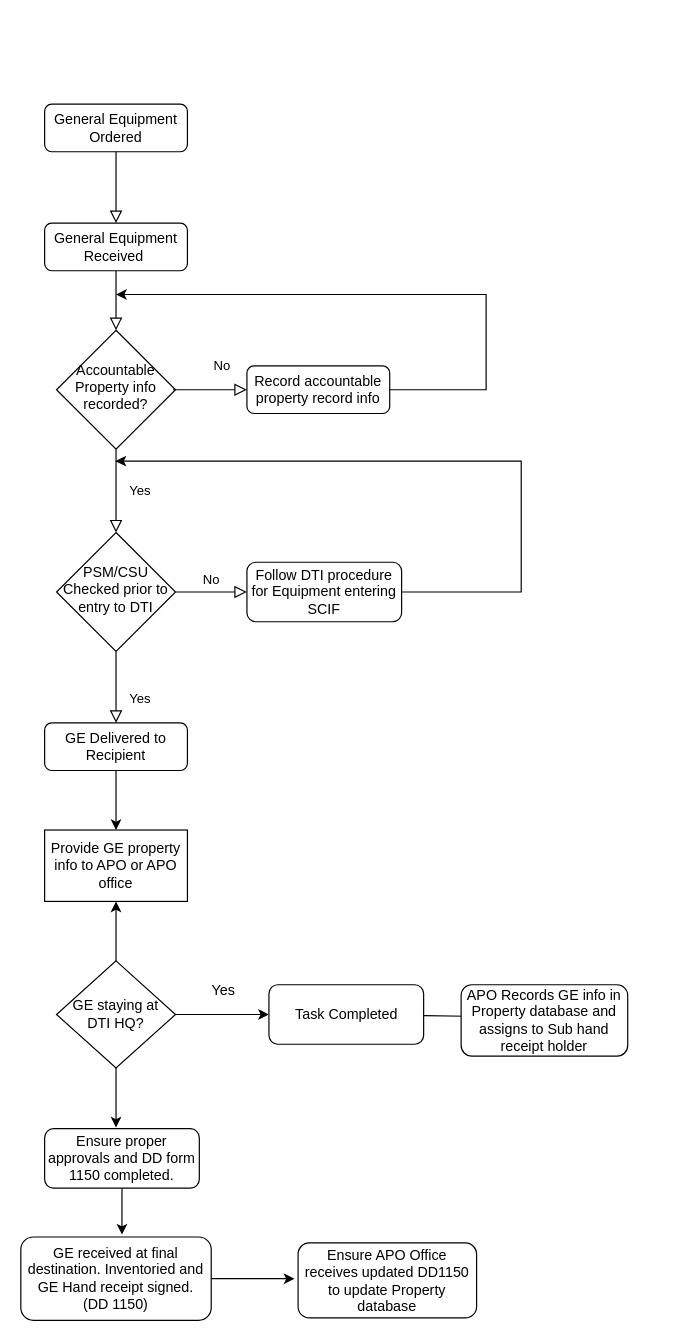
moondog69/drawings keeps this draw.io diagram as Property Flow.drawio. Above is the earlier version. Source tidied: cells renumbered, new cells numbered last; positions are measured from the earlier drawing's top-left corner, leaving out a move shared by most shapes. Both pictures are drawn from the tidied source at 119%, with x=0, y=0 at pixel (20, 104).
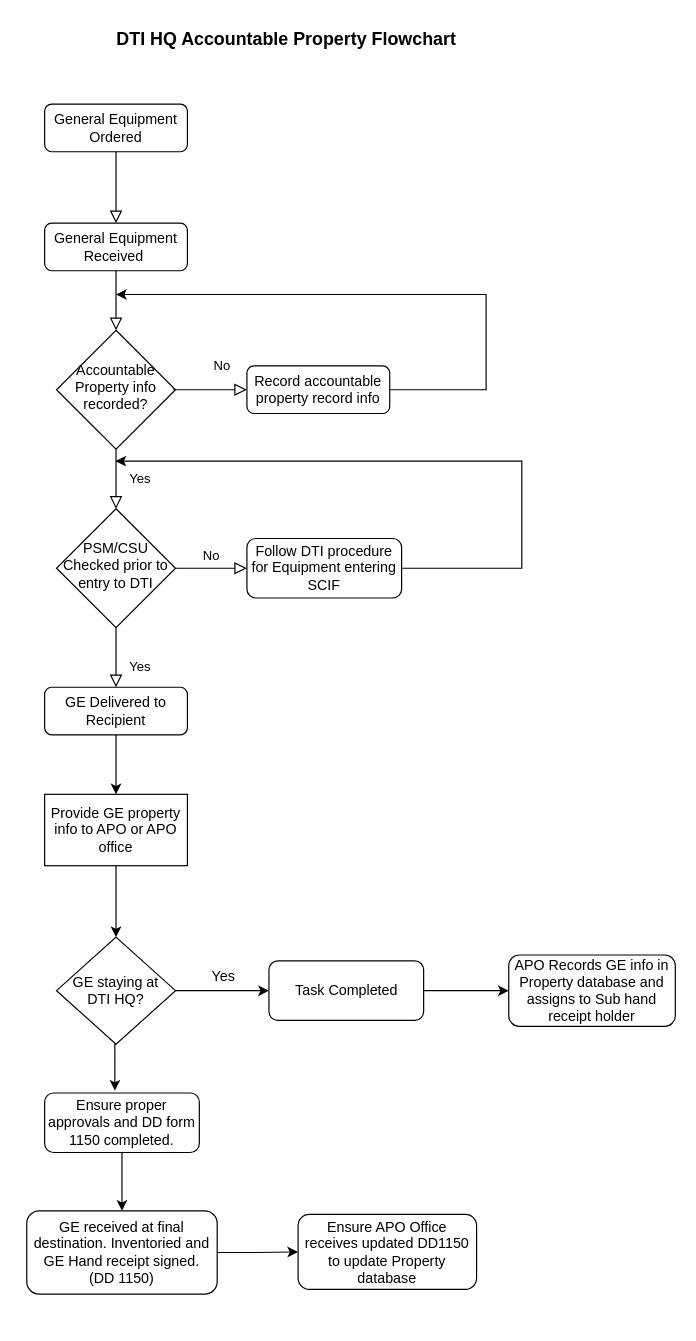
The same page after the edit.

Diff of the diagram source:
```diff
@@
     <mxCell id="10" value="PSM/CSU Checked prior to entry to DTI" style="rhombus;whiteSpace=wrap;html=1;shadow=0;fontFamily=Helvetica;fontSize=12;align=center;strokeWidth=1;spacing=6;spacingTop=-4;" parent="1" vertex="1">
-      <mxGeometry x="30" y="360" width="100" height="100" as="geometry" />
+      <mxGeometry x="30" y="340" width="100" height="100" as="geometry" />
     </mxCell>
-    <mxCell id="11" style="edgeStyle=orthogonalEdgeStyle;rounded=0;jettySize=auto;html=1;" parent="1" edge="1" source="12">
-      <mxGeometry relative="1" as="geometry">
-        <mxPoint x="80" y="610" as="targetPoint" />
-      </mxGeometry>
-    </mxCell>
     <mxCell id="12" value="GE Delivered to Recipient" style="rounded=1;whiteSpace=wrap;html=1;fontSize=12;glass=0;strokeWidth=1;shadow=0;" parent="1" vertex="1">
-      <mxGeometry x="20" y="520" width="120" height="40" as="geometry" />
+      <mxGeometry x="20" y="490" width="120" height="40" as="geometry" />
     </mxCell>
-    <mxCell id="13" style="edgeStyle=orthogonalEdgeStyle;rounded=0;orthogonalLoop=1;jettySize=auto;html=1;" parent="1" edge="1">
+    <mxCell id="13" style="edgeStyle=orthogonalEdgeStyle;rounded=0;jettySize=auto;html=1;exitX=1;exitY=0.5;exitDx=0;exitDy=0;" parent="1" edge="1" source="14">
       <mxGeometry relative="1" as="geometry">
-        <mxPoint x="309.5" y="410" as="sourcePoint" />
         <mxPoint x="79.5" y="300" as="targetPoint" />
         <Array as="points">
-          <mxPoint x="420.5" y="410" />
-          <mxPoint x="420.5" y="300" />
+          <mxPoint x="421" y="390" />
+          <mxPoint x="421" y="300" />
         </Array>
       </mxGeometry>
     </mxCell>
     <mxCell id="14" value="Follow DTI procedure for Equipment entering SCIF" style="rounded=1;whiteSpace=wrap;html=1;fontSize=12;glass=0;strokeWidth=1;shadow=0;" parent="1" vertex="1">
-      <mxGeometry x="190" y="385" width="130" height="50" as="geometry" />
+      <mxGeometry x="190" y="365" width="130" height="50" as="geometry" />
     </mxCell>
@@
-    <mxCell id="18" style="edgeStyle=orthogonalEdgeStyle;rounded=0;jettySize=auto;html=1;" parent="1" edge="1" source="21" target="22">
-      <mxGeometry relative="1" as="geometry" />
-    </mxCell>
@@
-    <mxCell id="20" style="edgeStyle=orthogonalEdgeStyle;rounded=0;jettySize=auto;html=1;exitX=0.5;exitY=1;exitDx=0;exitDy=0;" parent="1" edge="1" source="21">
-      <mxGeometry relative="1" as="geometry">
-        <mxPoint x="80" y="860" as="targetPoint" />
-      </mxGeometry>
-    </mxCell>
+    <mxCell id="32" style="edgeStyle=orthogonalEdgeStyle;rounded=0;jettySize=auto;html=1;exitX=0.5;exitY=1;exitDx=0;exitDy=0;entryX=0.454;entryY=-0.04;entryDx=0;entryDy=0;entryPerimeter=0;" parent="1" edge="1" source="21" target="27">
+      <mxGeometry relative="1" as="geometry" />
+    </mxCell>
     <mxCell id="21" value="GE staying at &lt;br&gt;DTI HQ?" style="rhombus;whiteSpace=wrap;html=1;" parent="1" vertex="1">
-      <mxGeometry x="30" y="720" width="100" height="90" as="geometry" />
+      <mxGeometry x="30" y="700" width="100" height="90" as="geometry" />
     </mxCell>
-    <mxCell id="22" value="Provide GE property info to APO or APO office" style="whiteSpace=wrap;html=1;" parent="1" vertex="1">
-      <mxGeometry x="20" y="610" width="120" height="60" as="geometry" />
-    </mxCell>
     <mxCell id="23" value="Yes" style="text;html=1;align=center;verticalAlign=middle;strokeColor=none;fillColor=none;" parent="1" vertex="1">
-      <mxGeometry x="150" y="730" width="40" height="30" as="geometry" />
+      <mxGeometry x="150" y="718" width="40" height="30" as="geometry" />
     </mxCell>
-    <mxCell id="24" style="edgeStyle=orthogonalEdgeStyle;rounded=0;orthogonalLoop=1;jettySize=auto;html=1;exitX=1;exitY=0.5;exitDx=0;exitDy=0;entryX=-0.007;entryY=0.4;entryDx=0;entryDy=0;entryPerimeter=0;" parent="1" edge="1">
-      <mxGeometry relative="1" as="geometry">
-        <mxPoint x="338.5" y="766" as="sourcePoint" />
-        <mxPoint x="409" y="765" as="targetPoint" />
-      </mxGeometry>
-    </mxCell>
+    <mxCell id="33" style="edgeStyle=orthogonalEdgeStyle;rounded=0;jettySize=auto;html=1;exitX=1;exitY=0.5;exitDx=0;exitDy=0;entryX=0;entryY=0.5;entryDx=0;entryDy=0;" parent="1" edge="1" source="25" target="28">
+      <mxGeometry relative="1" as="geometry" />
+    </mxCell>
     <mxCell id="25" value="Task Completed" style="rounded=1;whiteSpace=wrap;html=1;fontSize=12;glass=0;strokeWidth=1;shadow=0;" parent="1" vertex="1">
-      <mxGeometry x="208.5" y="740" width="130" height="50" as="geometry" />
+      <mxGeometry x="208.5" y="720" width="130" height="50" as="geometry" />
     </mxCell>
-    <mxCell id="26" style="edgeStyle=orthogonalEdgeStyle;rounded=0;jettySize=auto;html=1;exitX=0.5;exitY=1;exitDx=0;exitDy=0;" parent="1" edge="1" source="27">
-      <mxGeometry relative="1" as="geometry">
-        <mxPoint x="85" y="950" as="targetPoint" />
-      </mxGeometry>
-    </mxCell>
+    <mxCell id="34" style="edgeStyle=orthogonalEdgeStyle;rounded=0;jettySize=auto;html=1;exitX=0.5;exitY=1;exitDx=0;exitDy=0;entryX=0.5;entryY=0;entryDx=0;entryDy=0;" parent="1" edge="1" source="27" target="30">
+      <mxGeometry relative="1" as="geometry" />
+    </mxCell>
     <mxCell id="27" value="Ensure proper approvals and DD form 1150 completed." style="rounded=1;whiteSpace=wrap;html=1;fontSize=12;glass=0;strokeWidth=1;shadow=0;" parent="1" vertex="1">
-      <mxGeometry x="20" y="861" width="130" height="50" as="geometry" />
+      <mxGeometry x="20" y="831" width="130" height="50" as="geometry" />
     </mxCell>
     <mxCell id="28" value="APO Records GE info in Property database and assigns to Sub hand receipt holder" style="rounded=1;whiteSpace=wrap;html=1;fontSize=12;glass=0;strokeWidth=1;shadow=0;" parent="1" vertex="1">
-      <mxGeometry x="370" y="740" width="140" height="60" as="geometry" />
+      <mxGeometry x="410" y="715" width="140" height="60" as="geometry" />
     </mxCell>
-    <mxCell id="29" style="edgeStyle=orthogonalEdgeStyle;rounded=0;jettySize=auto;html=1;" parent="1" edge="1" source="30">
-      <mxGeometry relative="1" as="geometry">
-        <mxPoint x="230" y="987" as="targetPoint" />
-      </mxGeometry>
-    </mxCell>
+    <mxCell id="35" style="edgeStyle=orthogonalEdgeStyle;rounded=0;jettySize=auto;html=1;exitX=1;exitY=0.5;exitDx=0;exitDy=0;entryX=0;entryY=0.5;entryDx=0;entryDy=0;" parent="1" edge="1" source="30" target="31">
+      <mxGeometry relative="1" as="geometry" />
+    </mxCell>
     <mxCell id="30" value="GE received at final destination. Inventoried and GE Hand receipt signed.&lt;br&gt;(DD 1150)" style="rounded=1;whiteSpace=wrap;html=1;fontSize=12;glass=0;strokeWidth=1;shadow=0;" parent="1" vertex="1">
-      <mxGeometry y="952" width="160" height="70" as="geometry" />
+      <mxGeometry x="5" y="930" width="160" height="70" as="geometry" />
     </mxCell>
     <mxCell id="31" value="Ensure APO Office receives updated DD1150 to update Property database" style="rounded=1;whiteSpace=wrap;html=1;fontSize=12;glass=0;strokeWidth=1;shadow=0;" parent="1" vertex="1">
-      <mxGeometry x="233" y="957" width="150" height="63" as="geometry" />
+      <mxGeometry x="233" y="933" width="150" height="63" as="geometry" />
     </mxCell>
+    <mxCell id="36" value="&lt;b style=&quot;font-size: 15px;&quot;&gt;DTI HQ Accountable Property Flowchart&amp;nbsp;&lt;/b&gt;" style="text;html=1;align=center;verticalAlign=middle;strokeColor=none;fillColor=none;fontSize=15;" parent="1" vertex="1">
+      <mxGeometry x="70" y="-70" width="310" height="30" as="geometry" />
+    </mxCell>
+    <mxCell id="37" style="edgeStyle=orthogonalEdgeStyle;rounded=0;jettySize=auto;html=1;" parent="1" edge="1" source="12" target="22">
+      <mxGeometry relative="1" as="geometry" />
+    </mxCell>
+    <mxCell id="38" style="edgeStyle=orthogonalEdgeStyle;rounded=0;jettySize=auto;html=1;exitX=0.5;exitY=1;exitDx=0;exitDy=0;entryX=0.5;entryY=0;entryDx=0;entryDy=0;" parent="1" edge="1" source="22" target="21">
+      <mxGeometry relative="1" as="geometry" />
+    </mxCell>
+    <mxCell id="22" value="Provide GE property info to APO or APO office" style="whiteSpace=wrap;html=1;" parent="1" vertex="1">
+      <mxGeometry x="20" y="580" width="120" height="60" as="geometry" />
+    </mxCell>
```
